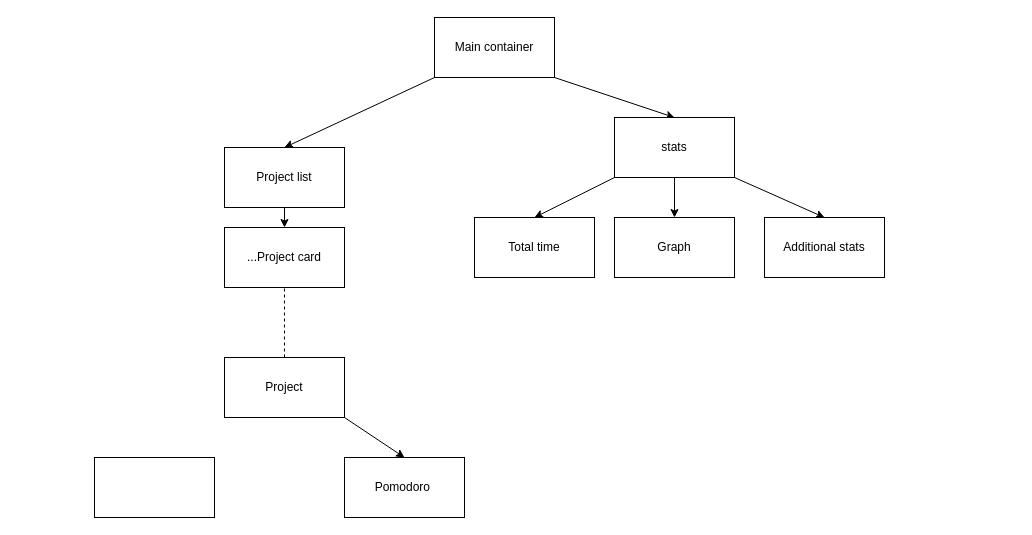
ekollie/Pomodoro keeps this draw.io diagram as main.drawio. Above is the earlier version. Source tidied: cells renumbered, new cells numbered last; positions are measured from the earlier drawing's top-left corner, leaving out a move shared by most shapes. Both pictures are drawn from the tidied source at 100%, with x=0, y=0 at pixel (94, 17).
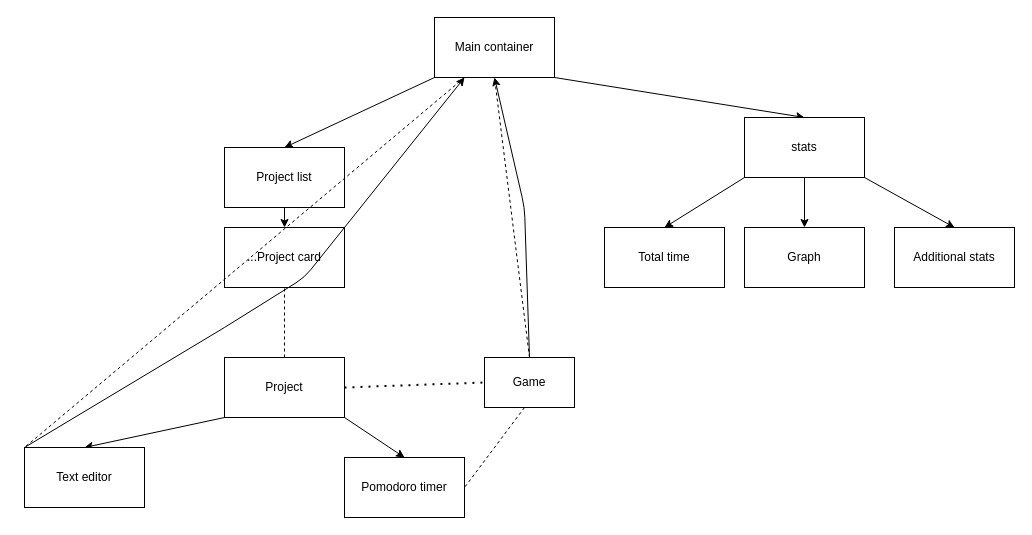
The same page after the edit.

The change refers to these unchanged cells:
```xml
<mxCell id="4" value="Main container" style="rounded=0;whiteSpace=wrap;html=1;" parent="1" vertex="1">
  <mxGeometry x="340" width="120" height="60" as="geometry" />
</mxCell>
<mxCell id="18" value="Project" style="rounded=0;whiteSpace=wrap;html=1;" parent="1" vertex="1">
  <mxGeometry x="130" y="340" width="120" height="60" as="geometry" />
</mxCell>
```

Change to the diagram source:
```diff
@@
     <mxCell id="10" value="stats" style="rounded=0;whiteSpace=wrap;html=1;" parent="1" vertex="1">
-      <mxGeometry x="520" y="100" width="120" height="60" as="geometry" />
+      <mxGeometry x="650" y="100" width="120" height="60" as="geometry" />
     </mxCell>
     <mxCell id="11" value="Total time" style="rounded=0;whiteSpace=wrap;html=1;" parent="1" vertex="1">
-      <mxGeometry x="380" y="200" width="120" height="60" as="geometry" />
+      <mxGeometry x="510" y="210" width="120" height="60" as="geometry" />
     </mxCell>
     <mxCell id="12" value="Graph" style="rounded=0;whiteSpace=wrap;html=1;" parent="1" vertex="1">
-      <mxGeometry x="520" y="200" width="120" height="60" as="geometry" />
+      <mxGeometry x="650" y="210" width="120" height="60" as="geometry" />
     </mxCell>
     <mxCell id="13" value="Additional stats" style="rounded=0;whiteSpace=wrap;html=1;" parent="1" vertex="1">
-      <mxGeometry x="670" y="200" width="120" height="60" as="geometry" />
+      <mxGeometry x="800" y="210" width="120" height="60" as="geometry" />
     </mxCell>
@@
-    <mxCell id="15" value="Pomodoro&amp;nbsp;" style="rounded=0;whiteSpace=wrap;html=1;" parent="1" vertex="1">
+    <mxCell id="15" value="Pomodoro timer" style="rounded=0;whiteSpace=wrap;html=1;" parent="1" vertex="1">
       <mxGeometry x="250" y="440" width="120" height="60" as="geometry" />
     </mxCell>
@@
+    <mxCell id="20" style="edgeStyle=none;html=1;exitX=0;exitY=1;exitDx=0;exitDy=0;entryX=0.5;entryY=0;entryDx=0;entryDy=0;" parent="1" edge="1" source="18" target="19">
+      <mxGeometry relative="1" as="geometry" />
+    </mxCell>
@@
-    <mxCell id="19" style="rounded=0;whiteSpace=wrap;html=1;" parent="1" vertex="1">
-      <mxGeometry y="440" width="120" height="60" as="geometry" />
+    <mxCell id="19" value="Text editor" style="rounded=0;whiteSpace=wrap;html=1;" parent="1" vertex="1">
+      <mxGeometry x="-70" y="430" width="120" height="60" as="geometry" />
     </mxCell>
+    <mxCell id="21" value="Game" style="rounded=0;whiteSpace=wrap;html=1;" parent="1" vertex="1">
+      <mxGeometry x="390" y="340" width="90" height="50" as="geometry" />
+    </mxCell>
+    <mxCell id="22" style="endArrow=none;dashed=1;html=1;entryX=1;entryY=0.5;entryDx=0;entryDy=0;" parent="1" edge="1" target="15">
+      <mxGeometry relative="1" as="geometry">
+        <mxPoint x="430" y="390" as="sourcePoint" />
+      </mxGeometry>
+    </mxCell>
+    <mxCell id="23" style="endArrow=none;dashed=1;html=1;dashPattern=1 3;strokeWidth=2;entryX=0;entryY=0.5;entryDx=0;entryDy=0;exitX=1;exitY=0.5;exitDx=0;exitDy=0;" parent="1" edge="1" source="18" target="21">
+      <mxGeometry relative="1" as="geometry" />
+    </mxCell>
+    <mxCell id="24" style="endArrow=none;dashed=1;html=1;exitX=0.5;exitY=0;exitDx=0;exitDy=0;entryX=0.5;entryY=1;entryDx=0;entryDy=0;" parent="1" edge="1" source="21" target="4">
+      <mxGeometry relative="1" as="geometry" />
+    </mxCell>
+    <mxCell id="25" style="endArrow=none;dashed=1;html=1;exitX=0.25;exitY=1;exitDx=0;exitDy=0;entryX=0;entryY=0;entryDx=0;entryDy=0;" parent="1" edge="1" source="4" target="19">
+      <mxGeometry relative="1" as="geometry" />
+    </mxCell>
+    <mxCell id="26" style="endArrow=classic;html=1;exitX=0.5;exitY=0;exitDx=0;exitDy=0;entryX=0.5;entryY=1;entryDx=0;entryDy=0;" parent="1" edge="1" source="21" target="4">
+      <mxGeometry relative="1" as="geometry">
+        <Array as="points">
+          <mxPoint x="430" y="190" />
+        </Array>
+      </mxGeometry>
+    </mxCell>
+    <mxCell id="27" style="endArrow=classic;html=1;exitX=0;exitY=0;exitDx=0;exitDy=0;" parent="1" edge="1" source="19">
+      <mxGeometry relative="1" as="geometry">
+        <mxPoint x="370" y="60" as="targetPoint" />
+        <Array as="points">
+          <mxPoint x="130" y="310" />
+          <mxPoint x="210" y="260" />
+        </Array>
+      </mxGeometry>
+    </mxCell>
```
